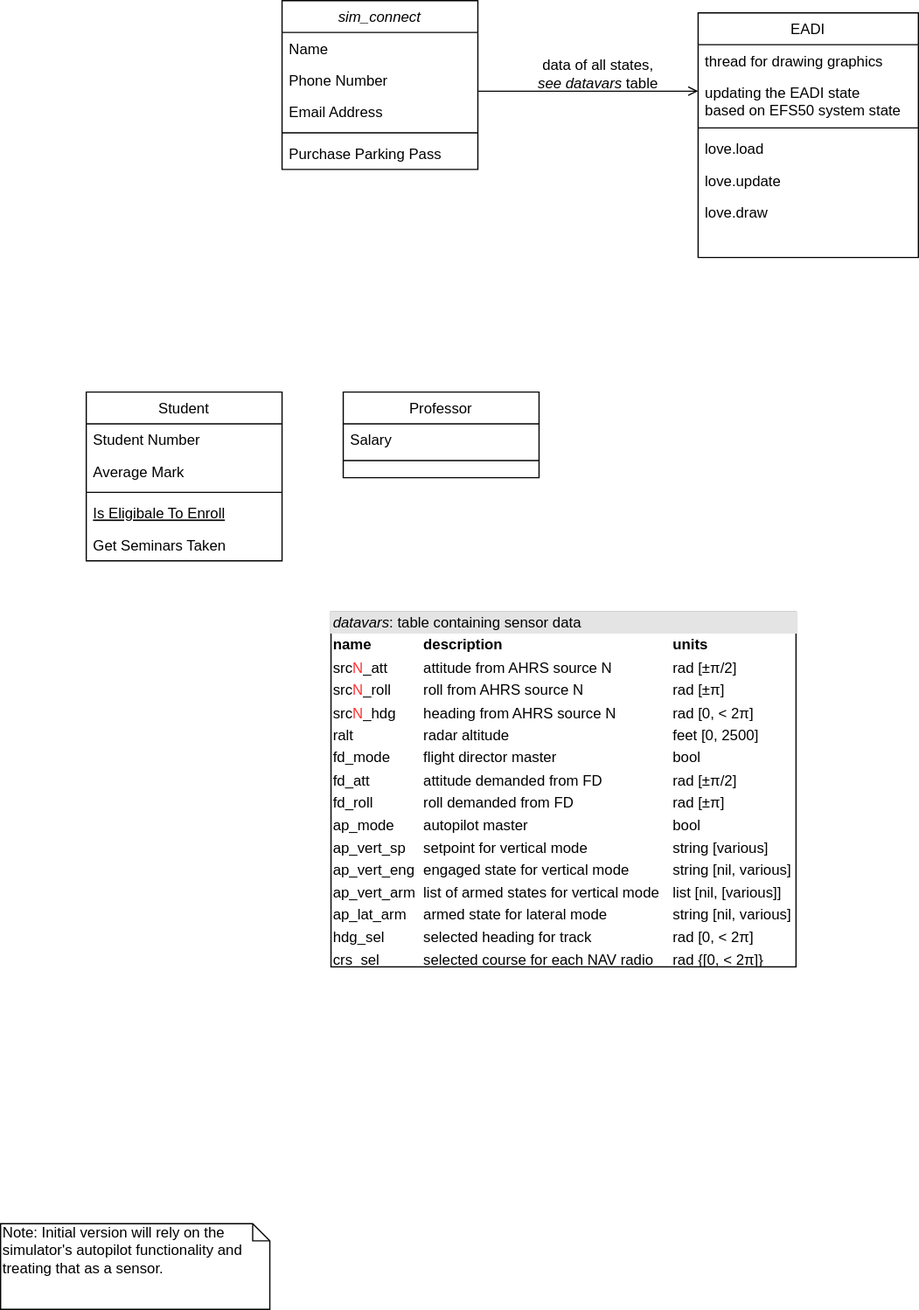
The draw.io diagram res/uml.svg in flightmansam/BK_EFS_50, before a commit. Source tidied: cells renumbered, new cells last; positions are measured from the earlier drawing's top-left corner, leaving out a move shared by most shapes.
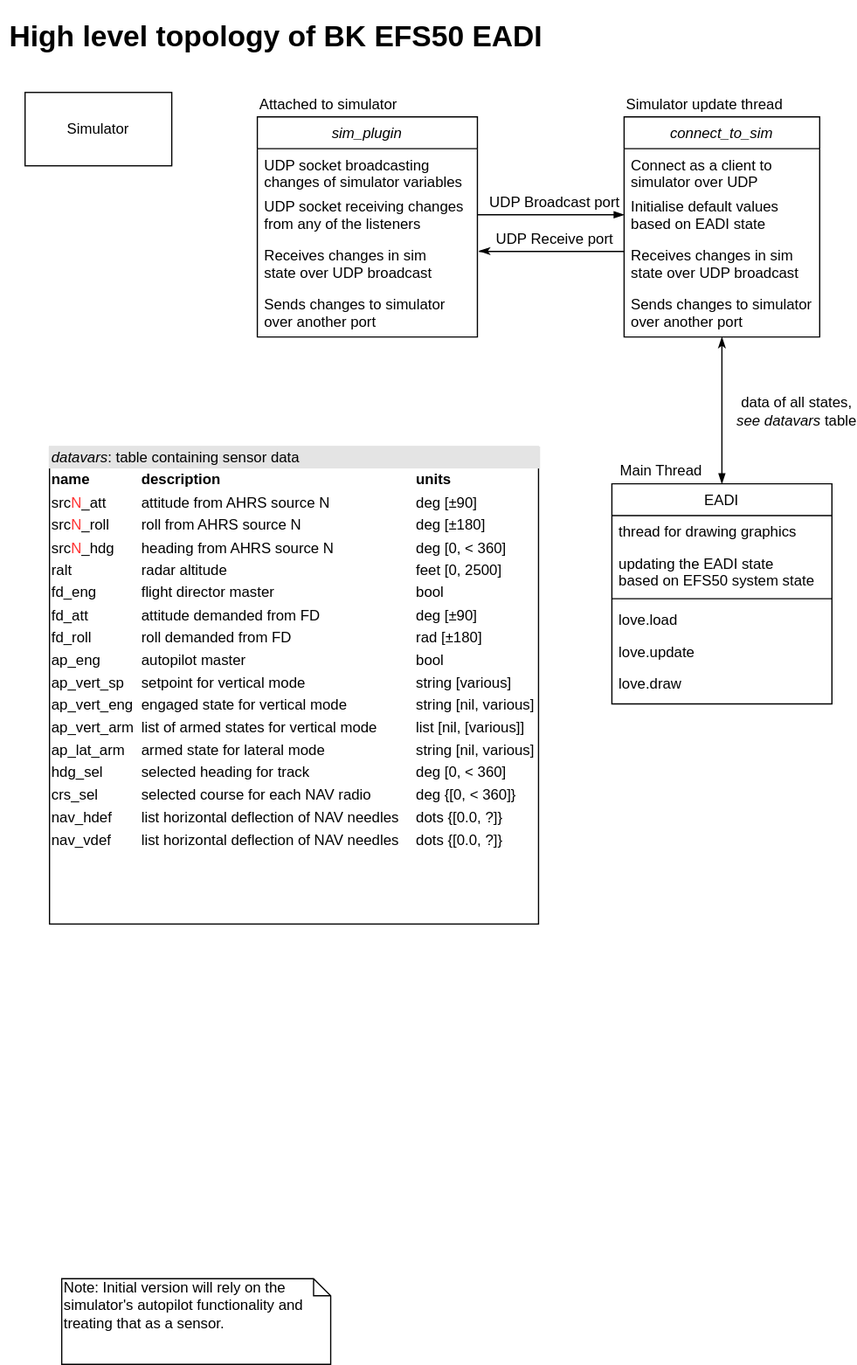
The same file after the commit.

Diff of the diagram source:
```diff
@@ -2,66 +2,57 @@
   <root>
     <mxCell id="0" />
     <mxCell id="1" parent="0" />
-    <mxCell id="2" value="Student" style="swimlane;fontStyle=0;align=center;verticalAlign=top;horizontal=1;startSize=26;rounded=0;shadow=0;strokeWidth=1;" parent="1" vertex="1">
-      <mxGeometry x="70" y="320" width="160" height="138" as="geometry" />
-    </mxCell>
-    <mxCell id="3" value="Student Number" style="text;align=left;verticalAlign=top;spacingLeft=4;spacingRight=4;overflow=hidden;" parent="2" vertex="1">
-      <mxGeometry y="26" width="160" height="26" as="geometry" />
-    </mxCell>
-    <mxCell id="4" value="Average Mark" style="text;align=left;verticalAlign=top;spacingLeft=4;spacingRight=4;overflow=hidden;rounded=0;shadow=0;html=0;" parent="2" vertex="1">
-      <mxGeometry y="52" width="160" height="26" as="geometry" />
-    </mxCell>
-    <mxCell id="5" style="line;html=1;strokeWidth=1;align=left;verticalAlign=middle;spacingTop=-1;spacingLeft=3;spacingRight=3;labelPosition=right;" parent="2" vertex="1">
-      <mxGeometry y="78" width="160" height="8" as="geometry" />
-    </mxCell>
-    <mxCell id="6" value="Is Eligibale To Enroll" style="text;align=left;verticalAlign=top;spacingLeft=4;spacingRight=4;overflow=hidden;fontStyle=4;" parent="2" vertex="1">
-      <mxGeometry y="86" width="160" height="26" as="geometry" />
-    </mxCell>
-    <mxCell id="7" value="Get Seminars Taken" style="text;align=left;verticalAlign=top;spacingLeft=4;spacingRight=4;overflow=hidden;" parent="2" vertex="1">
-      <mxGeometry y="112" width="160" height="26" as="geometry" />
-    </mxCell>
-    <mxCell id="8" value="Professor" style="swimlane;fontStyle=0;align=center;verticalAlign=top;horizontal=1;startSize=26;rounded=0;shadow=0;strokeWidth=1;" parent="1" vertex="1">
-      <mxGeometry x="280" y="320" width="160" height="70" as="geometry" />
-    </mxCell>
-    <mxCell id="9" value="Salary" style="text;align=left;verticalAlign=top;spacingLeft=4;spacingRight=4;overflow=hidden;" parent="8" vertex="1">
-      <mxGeometry y="26" width="160" height="26" as="geometry" />
-    </mxCell>
-    <mxCell id="10" style="line;html=1;strokeWidth=1;align=left;verticalAlign=middle;spacingTop=-1;spacingLeft=3;spacingRight=3;labelPosition=right;" parent="8" vertex="1">
-      <mxGeometry y="52" width="160" height="8" as="geometry" />
-    </mxCell>
-    <mxCell id="11" style="endArrow=open;shadow=0;strokeWidth=1;rounded=0;endFill=1;edgeStyle=elbowEdgeStyle;elbow=vertical;" parent="1" edge="1" source="14" target="20">
+    <mxCell id="11" style="endArrow=blockThin;shadow=0;strokeWidth=1;rounded=0;endFill=1;edgeStyle=elbowEdgeStyle;elbow=vertical;startArrow=classicThin;startFill=1;" parent="1" edge="1" source="14" target="20">
       <mxGeometry x="0.5" y="41" relative="1" as="geometry">
         <mxPoint x="-40" y="32" as="offset" />
       </mxGeometry>
     </mxCell>
     <mxCell id="12" value="data of all states,&lt;br&gt;&lt;i&gt;see&amp;nbsp;&lt;/i&gt;&lt;i style=&quot;text-align: left&quot;&gt;datavars&lt;/i&gt;&lt;i&gt;&amp;nbsp;&lt;/i&gt;table" style="text;html=1;align=center;verticalAlign=middle;labelBackgroundColor=none;rounded=0;shadow=0;strokeWidth=1;fontSize=12;" parent="11" vertex="1">
       <mxGeometry x="0.5" y="49" relative="1" as="geometry">
-        <mxPoint x="-38" y="34" as="offset" />
+        <mxPoint x="11" y="-30" as="offset" />
       </mxGeometry>
     </mxCell>
-    <mxCell id="13" value="&lt;div style=&quot;box-sizing: border-box ; width: 100% ; background: #e4e4e4 ; padding: 2px&quot;&gt;&lt;i&gt;datavars&lt;/i&gt;: table containing sensor data&lt;br&gt;&lt;/div&gt;&lt;table style=&quot;width: 100% ; font-size: 1em&quot; cellpadding=&quot;2&quot; cellspacing=&quot;0&quot;&gt;&lt;tbody&gt;&lt;tr&gt;&lt;td&gt;&lt;b&gt;name&lt;/b&gt;&lt;/td&gt;&lt;td&gt;&lt;b&gt;description&lt;/b&gt;&lt;/td&gt;&lt;td&gt;&lt;b&gt;units&lt;/b&gt;&lt;/td&gt;&lt;/tr&gt;&lt;tr&gt;&lt;td&gt;src&lt;font color=&quot;#ff3333&quot;&gt;N&lt;/font&gt;_att&lt;/td&gt;&lt;td&gt;attitude from AHRS&amp;nbsp;source N&lt;br&gt;&lt;/td&gt;&lt;td&gt;rad [±π/2]&lt;/td&gt;&lt;/tr&gt;&lt;tr&gt;&lt;td&gt;src&lt;font color=&quot;#ff3333&quot;&gt;N&lt;/font&gt;_roll&lt;br&gt;&lt;/td&gt;&lt;td&gt;roll from AHRS&amp;nbsp;source N&lt;br&gt;&lt;/td&gt;&lt;td&gt;rad [±π]&lt;br&gt;&lt;/td&gt;&lt;/tr&gt;&lt;tr&gt;&lt;td&gt;src&lt;span style=&quot;color: rgb(255 , 51 , 51)&quot;&gt;N&lt;/span&gt;_hdg&lt;/td&gt;&lt;td&gt;heading from AHRS&amp;nbsp;source N&lt;/td&gt;&lt;td&gt;rad [0, &amp;lt; 2π]&lt;/td&gt;&lt;/tr&gt;&lt;tr&gt;&lt;td&gt;ralt&lt;/td&gt;&lt;td&gt;radar altitude&lt;/td&gt;&lt;td&gt;feet [0, 2500]&lt;/td&gt;&lt;/tr&gt;&lt;tr&gt;&lt;td&gt;fd_mode&lt;br&gt;&lt;/td&gt;&lt;td&gt;flight director master&lt;/td&gt;&lt;td&gt;bool&lt;/td&gt;&lt;/tr&gt;&lt;tr&gt;&lt;td&gt;fd_att&lt;/td&gt;&lt;td&gt;attitude demanded from FD&lt;br&gt;&lt;/td&gt;&lt;td&gt;rad [±π/2]&lt;br&gt;&lt;/td&gt;&lt;/tr&gt;&lt;tr&gt;&lt;td&gt;fd_roll&lt;/td&gt;&lt;td&gt;roll demanded from FD&lt;br&gt;&lt;/td&gt;&lt;td&gt;rad [±π]&lt;br&gt;&lt;/td&gt;&lt;/tr&gt;&lt;tr&gt;&lt;td&gt;ap_mode&lt;/td&gt;&lt;td&gt;autopilot master&lt;/td&gt;&lt;td&gt;bool&amp;nbsp;&lt;/td&gt;&lt;/tr&gt;&lt;tr&gt;&lt;td&gt;ap_vert_sp&lt;/td&gt;&lt;td&gt;setpoint for vertical mode&lt;/td&gt;&lt;td&gt;string [various]&lt;/td&gt;&lt;/tr&gt;&lt;tr&gt;&lt;td&gt;ap_vert_eng&lt;/td&gt;&lt;td&gt;engaged state for vertical mode&lt;/td&gt;&lt;td&gt;string [nil, various]&lt;br&gt;&lt;/td&gt;&lt;/tr&gt;&lt;tr&gt;&lt;td&gt;ap_vert_arm&lt;/td&gt;&lt;td&gt;list of armed states for vertical mode&lt;br&gt;&lt;/td&gt;&lt;td&gt;list [nil, [various]]&lt;/td&gt;&lt;/tr&gt;&lt;tr&gt;&lt;td&gt;ap_lat_arm&lt;/td&gt;&lt;td&gt;armed state for lateral mode&lt;br&gt;&lt;/td&gt;&lt;td&gt;string [nil, various]&lt;br&gt;&lt;/td&gt;&lt;/tr&gt;&lt;tr&gt;&lt;td&gt;hdg_sel&lt;/td&gt;&lt;td&gt;selected heading for track&lt;/td&gt;&lt;td&gt;rad [0, &amp;lt; 2π]&lt;br&gt;&lt;/td&gt;&lt;/tr&gt;&lt;tr&gt;&lt;td&gt;crs_sel&lt;/td&gt;&lt;td&gt;selected course for each NAV radio&lt;/td&gt;&lt;td&gt;rad {[0, &amp;lt; 2π]}&lt;br&gt;&lt;/td&gt;&lt;/tr&gt;&lt;tr&gt;&lt;td&gt;&lt;br&gt;&lt;/td&gt;&lt;td&gt;&lt;br&gt;&lt;/td&gt;&lt;td&gt;&lt;br&gt;&lt;/td&gt;&lt;/tr&gt;&lt;tr&gt;&lt;td&gt;&lt;br&gt;&lt;/td&gt;&lt;td&gt;&lt;br&gt;&lt;/td&gt;&lt;td&gt;&lt;br&gt;&lt;/td&gt;&lt;/tr&gt;&lt;/tbody&gt;&lt;/table&gt;" style="verticalAlign=top;align=left;overflow=fill;html=1;" parent="1" vertex="1">
-      <mxGeometry x="270" y="500" width="380" height="290" as="geometry" />
+    <mxCell id="13" value="&lt;div style=&quot;box-sizing: border-box ; width: 100% ; background: #e4e4e4 ; padding: 2px&quot;&gt;&lt;i&gt;datavars&lt;/i&gt;: table containing sensor data&lt;br&gt;&lt;/div&gt;&lt;table style=&quot;width: 100% ; font-size: 1em&quot; cellpadding=&quot;2&quot; cellspacing=&quot;0&quot;&gt;&lt;tbody&gt;&lt;tr&gt;&lt;td&gt;&lt;b&gt;name&lt;/b&gt;&lt;/td&gt;&lt;td&gt;&lt;b&gt;description&lt;/b&gt;&lt;/td&gt;&lt;td&gt;&lt;b&gt;units&lt;/b&gt;&lt;/td&gt;&lt;/tr&gt;&lt;tr&gt;&lt;td&gt;src&lt;font color=&quot;#ff3333&quot;&gt;N&lt;/font&gt;_att&lt;/td&gt;&lt;td&gt;attitude from AHRS&amp;nbsp;source N&lt;br&gt;&lt;/td&gt;&lt;td&gt;deg [±90]&lt;/td&gt;&lt;/tr&gt;&lt;tr&gt;&lt;td&gt;src&lt;font color=&quot;#ff3333&quot;&gt;N&lt;/font&gt;_roll&lt;br&gt;&lt;/td&gt;&lt;td&gt;roll from AHRS&amp;nbsp;source N&lt;br&gt;&lt;/td&gt;&lt;td&gt;deg [±180]&lt;br&gt;&lt;/td&gt;&lt;/tr&gt;&lt;tr&gt;&lt;td&gt;src&lt;span style=&quot;color: rgb(255 , 51 , 51)&quot;&gt;N&lt;/span&gt;_hdg&lt;/td&gt;&lt;td&gt;heading from AHRS&amp;nbsp;source N&lt;/td&gt;&lt;td&gt;deg [0, &amp;lt; 360]&lt;/td&gt;&lt;/tr&gt;&lt;tr&gt;&lt;td&gt;ralt&lt;/td&gt;&lt;td&gt;radar altitude&lt;/td&gt;&lt;td&gt;feet [0, 2500]&lt;/td&gt;&lt;/tr&gt;&lt;tr&gt;&lt;td&gt;fd_eng&lt;br&gt;&lt;/td&gt;&lt;td&gt;flight director master&lt;/td&gt;&lt;td&gt;bool&lt;/td&gt;&lt;/tr&gt;&lt;tr&gt;&lt;td&gt;fd_att&lt;/td&gt;&lt;td&gt;attitude demanded from FD&lt;br&gt;&lt;/td&gt;&lt;td&gt;deg [±90]&lt;br&gt;&lt;/td&gt;&lt;/tr&gt;&lt;tr&gt;&lt;td&gt;fd_roll&lt;/td&gt;&lt;td&gt;roll demanded from FD&lt;br&gt;&lt;/td&gt;&lt;td&gt;rad [±180]&lt;br&gt;&lt;/td&gt;&lt;/tr&gt;&lt;tr&gt;&lt;td&gt;ap_eng&lt;/td&gt;&lt;td&gt;autopilot master&lt;/td&gt;&lt;td&gt;bool&amp;nbsp;&lt;/td&gt;&lt;/tr&gt;&lt;tr&gt;&lt;td&gt;ap_vert_sp&lt;/td&gt;&lt;td&gt;setpoint for vertical mode&lt;/td&gt;&lt;td&gt;string [various]&lt;/td&gt;&lt;/tr&gt;&lt;tr&gt;&lt;td&gt;ap_vert_eng&lt;/td&gt;&lt;td&gt;engaged state for vertical mode&lt;/td&gt;&lt;td&gt;string [nil, various]&lt;br&gt;&lt;/td&gt;&lt;/tr&gt;&lt;tr&gt;&lt;td&gt;ap_vert_arm&lt;/td&gt;&lt;td&gt;list of armed states for vertical mode&lt;br&gt;&lt;/td&gt;&lt;td&gt;list [nil, [various]]&lt;/td&gt;&lt;/tr&gt;&lt;tr&gt;&lt;td&gt;ap_lat_arm&lt;/td&gt;&lt;td&gt;armed state for lateral mode&lt;br&gt;&lt;/td&gt;&lt;td&gt;string [nil, various]&lt;br&gt;&lt;/td&gt;&lt;/tr&gt;&lt;tr&gt;&lt;td&gt;hdg_sel&lt;/td&gt;&lt;td&gt;selected heading for track&lt;/td&gt;&lt;td&gt;deg [0, &amp;lt; 360]&lt;br&gt;&lt;/td&gt;&lt;/tr&gt;&lt;tr&gt;&lt;td&gt;crs_sel&lt;/td&gt;&lt;td&gt;selected course for each NAV radio&lt;/td&gt;&lt;td&gt;deg {[0, &amp;lt; 360]}&lt;br&gt;&lt;/td&gt;&lt;/tr&gt;&lt;tr&gt;&lt;td&gt;nav_hdef&lt;/td&gt;&lt;td&gt;list horizontal deflection of NAV needles&amp;nbsp;&lt;/td&gt;&lt;td&gt;dots {[0.0, ?]}&lt;/td&gt;&lt;/tr&gt;&lt;tr&gt;&lt;td&gt;nav_vdef&lt;/td&gt;&lt;td&gt;list horizontal deflection of NAV needles&lt;br&gt;&lt;/td&gt;&lt;td&gt;dots {[0.0, ?]}&lt;br&gt;&lt;/td&gt;&lt;/tr&gt;&lt;tr&gt;&lt;td&gt;&lt;br&gt;&lt;/td&gt;&lt;td&gt;&lt;br&gt;&lt;/td&gt;&lt;td&gt;&lt;br&gt;&lt;/td&gt;&lt;/tr&gt;&lt;tr&gt;&lt;td&gt;&lt;br&gt;&lt;/td&gt;&lt;td&gt;&lt;br&gt;&lt;/td&gt;&lt;td&gt;&lt;br&gt;&lt;/td&gt;&lt;/tr&gt;&lt;/tbody&gt;&lt;/table&gt;" style="verticalAlign=top;align=left;overflow=fill;html=1;" parent="1" vertex="1">
+      <mxGeometry x="-10" y="320" width="400" height="390" as="geometry" />
     </mxCell>
-    <mxCell id="14" value="sim_connect" style="swimlane;fontStyle=2;align=center;verticalAlign=top;horizontal=1;startSize=26;rounded=0;shadow=0;strokeWidth=1;" parent="1" vertex="1">
-      <mxGeometry x="230" width="160" height="138" as="geometry" />
-    </mxCell>
-    <mxCell id="15" value="Name" style="text;align=left;verticalAlign=top;spacingLeft=4;spacingRight=4;overflow=hidden;" parent="14" vertex="1">
-      <mxGeometry y="26" width="160" height="26" as="geometry" />
-    </mxCell>
-    <mxCell id="16" value="Phone Number" style="text;align=left;verticalAlign=top;spacingLeft=4;spacingRight=4;overflow=hidden;rounded=0;shadow=0;html=0;" parent="14" vertex="1">
-      <mxGeometry y="52" width="160" height="26" as="geometry" />
-    </mxCell>
-    <mxCell id="17" value="Email Address" style="text;align=left;verticalAlign=top;spacingLeft=4;spacingRight=4;overflow=hidden;rounded=0;shadow=0;html=0;" parent="14" vertex="1">
-      <mxGeometry y="78" width="160" height="26" as="geometry" />
-    </mxCell>
-    <mxCell id="18" style="line;html=1;strokeWidth=1;align=left;verticalAlign=middle;spacingTop=-1;spacingLeft=3;spacingRight=3;labelPosition=right;" parent="14" vertex="1">
-      <mxGeometry y="104" width="160" height="8" as="geometry" />
-    </mxCell>
-    <mxCell id="19" value="Purchase Parking Pass" style="text;align=left;verticalAlign=top;spacingLeft=4;spacingRight=4;overflow=hidden;" parent="14" vertex="1">
-      <mxGeometry y="112" width="160" height="26" as="geometry" />
-    </mxCell>
+    <mxCell id="27" value="Note: Initial version will rely on the simulator's autopilot functionality and treating that as a sensor." style="shape=note;whiteSpace=wrap;html=1;size=14;verticalAlign=top;align=left;spacingTop=-6;" parent="1" vertex="1">
+      <mxGeometry y="1000" width="220" height="70" as="geometry" />
+    </mxCell>
+    <mxCell id="28" value="&lt;h1&gt;High level topology of BK EFS50 EADI&lt;/h1&gt;" style="text;html=1;align=center;verticalAlign=middle;" parent="1" vertex="1">
+      <mxGeometry x="-50" y="-40" width="450" height="50" as="geometry" />
+    </mxCell>
+    <mxCell id="29" value="Simulator" style="rounded=0;whiteSpace=wrap;html=1;" parent="1" vertex="1">
+      <mxGeometry x="-30" y="30" width="120" height="60" as="geometry" />
+    </mxCell>
+    <mxCell id="30" style="endArrow=blockThin;shadow=0;strokeWidth=1;rounded=0;endFill=1;edgeStyle=elbowEdgeStyle;elbow=vertical;startArrow=none;startFill=0;entryX=0;entryY=0.5;entryDx=0;entryDy=0;exitX=1;exitY=0.5;exitDx=0;exitDy=0;" parent="1" edge="1" source="45" target="38">
+      <mxGeometry x="0.5" y="41" relative="1" as="geometry">
+        <mxPoint x="-40" y="32" as="offset" />
+      </mxGeometry>
+    </mxCell>
+    <mxCell id="31" value="UDP Broadcast port" style="text;html=1;align=center;verticalAlign=middle;labelBackgroundColor=none;rounded=0;shadow=0;strokeWidth=1;fontSize=12;" parent="30" vertex="1">
+      <mxGeometry x="0.5" y="49" relative="1" as="geometry">
+        <mxPoint x="-28" y="38" as="offset" />
+      </mxGeometry>
+    </mxCell>
+    <mxCell id="32" style="endArrow=none;shadow=0;strokeWidth=1;rounded=0;endFill=0;edgeStyle=elbowEdgeStyle;elbow=vertical;startArrow=classicThin;startFill=1;entryX=0;entryY=0.5;entryDx=0;entryDy=0;exitX=1.008;exitY=0.242;exitDx=0;exitDy=0;exitPerimeter=0;" parent="1" edge="1" source="46">
+      <mxGeometry x="0.5" y="41" relative="1" as="geometry">
+        <mxPoint x="460" y="160.1" as="targetPoint" />
+        <mxPoint x="-40" y="32" as="offset" />
+      </mxGeometry>
+    </mxCell>
+    <mxCell id="33" value="UDP Receive port" style="text;html=1;align=center;verticalAlign=middle;labelBackgroundColor=none;rounded=0;shadow=0;strokeWidth=1;fontSize=12;" parent="32" vertex="1">
+      <mxGeometry x="0.5" y="49" relative="1" as="geometry">
+        <mxPoint x="-28" y="38" as="offset" />
+      </mxGeometry>
+    </mxCell>
+    <mxCell id="34" style="group;align=left;" parent="1" vertex="1">
+      <mxGeometry x="450" y="330" width="180" height="200" as="geometry" />
+    </mxCell>
+    <mxCell id="35" value="Main Thread" style="text;html=1;align=center;verticalAlign=middle;" parent="34" vertex="1">
+      <mxGeometry width="80" height="20" as="geometry" />
+    </mxCell>
-    <mxCell id="20" value="EADI" style="swimlane;fontStyle=0;align=center;verticalAlign=top;horizontal=1;startSize=26;rounded=0;shadow=0;strokeWidth=1;" parent="1" vertex="1">
-      <mxGeometry x="570" y="10" width="180" height="200" as="geometry" />
+    <mxCell id="20" value="EADI" style="swimlane;fontStyle=0;align=center;verticalAlign=top;horizontal=1;startSize=26;rounded=0;shadow=0;strokeWidth=1;" parent="34" vertex="1">
+      <mxGeometry y="20" width="180" height="180" as="geometry" />
     </mxCell>
     <mxCell id="21" value="thread for drawing graphics" style="text;align=left;verticalAlign=top;spacingLeft=4;spacingRight=4;overflow=hidden;" parent="20" vertex="1">
       <mxGeometry y="26" width="180" height="26" as="geometry" />
@@ -81,8 +72,47 @@
     <mxCell id="26" value="love.draw " style="text;align=left;verticalAlign=top;spacingLeft=4;spacingRight=4;overflow=hidden;" parent="20" vertex="1">
       <mxGeometry y="150" width="180" height="26" as="geometry" />
     </mxCell>
-    <mxCell id="27" value="Note: Initial version will rely on the simulator's autopilot functionality and treating that as a sensor." style="shape=note;whiteSpace=wrap;html=1;size=14;verticalAlign=top;align=left;spacingTop=-6;" parent="1" vertex="1">
-      <mxGeometry y="1000" width="220" height="70" as="geometry" />
-    </mxCell>
+    <mxCell id="36" style="group;" parent="1" vertex="1">
+      <mxGeometry x="460" y="30" width="160" height="200" as="geometry" />
+    </mxCell>
+    <mxCell id="37" value="Simulator update thread" style="text;html=1;align=left;verticalAlign=middle;" parent="36" vertex="1">
+      <mxGeometry width="140" height="20" as="geometry" />
+    </mxCell>
+    <mxCell id="14" value="connect_to_sim" style="swimlane;fontStyle=2;align=center;verticalAlign=top;horizontal=1;startSize=26;rounded=0;shadow=0;strokeWidth=1;" parent="36" vertex="1">
+      <mxGeometry y="20" width="160" height="180" as="geometry" />
+    </mxCell>
+    <mxCell id="16" value="Connect as a client to&#10;simulator over UDP" style="text;align=left;verticalAlign=top;spacingLeft=4;spacingRight=4;overflow=hidden;rounded=0;shadow=0;html=0;" parent="14" vertex="1">
+      <mxGeometry y="26" width="160" height="34" as="geometry" />
+    </mxCell>
+    <mxCell id="38" value="Initialise default values &#10;based on EADI state" style="text;align=left;verticalAlign=top;spacingLeft=4;spacingRight=4;overflow=hidden;points=[[0,0.5],[1,0.5]];portConstraint=eastwest;rounded=0;shadow=0;html=0;" parent="14" vertex="1">
+      <mxGeometry y="60" width="160" height="40" as="geometry" />
+    </mxCell>
+    <mxCell id="39" value="Receives changes in sim &#10;state over UDP broadcast" style="text;align=left;verticalAlign=top;spacingLeft=4;spacingRight=4;overflow=hidden;rounded=0;shadow=0;html=0;" parent="14" vertex="1">
+      <mxGeometry y="100" width="160" height="40" as="geometry" />
+    </mxCell>
+    <mxCell id="40" value="Sends changes to simulator &#10;over another port" style="text;align=left;verticalAlign=top;spacingLeft=4;spacingRight=4;overflow=hidden;rounded=0;shadow=0;html=0;" parent="14" vertex="1">
+      <mxGeometry y="140" width="160" height="30" as="geometry" />
+    </mxCell>
+    <mxCell id="41" style="group;" parent="1" vertex="1">
+      <mxGeometry x="160" y="30" width="180" height="200" as="geometry" />
+    </mxCell>
+    <mxCell id="42" value="Attached to simulator" style="text;html=1;align=left;verticalAlign=middle;" parent="41" vertex="1">
+      <mxGeometry width="130" height="20" as="geometry" />
+    </mxCell>
+    <mxCell id="43" value="sim_plugin" style="swimlane;fontStyle=2;align=center;verticalAlign=top;horizontal=1;startSize=26;rounded=0;shadow=0;strokeWidth=1;" parent="41" vertex="1">
+      <mxGeometry y="20" width="180" height="180" as="geometry" />
+    </mxCell>
+    <mxCell id="44" value="UDP socket broadcasting&#10;changes of simulator variables" style="text;align=left;verticalAlign=top;spacingLeft=4;spacingRight=4;overflow=hidden;rounded=0;shadow=0;html=0;" parent="43" vertex="1">
+      <mxGeometry y="26" width="180" height="34" as="geometry" />
+    </mxCell>
+    <mxCell id="45" value="UDP socket receiving changes&#10;from any of the listeners " style="text;align=left;verticalAlign=top;spacingLeft=4;spacingRight=4;overflow=hidden;points=[[0,0.5],[1,0.5]];portConstraint=eastwest;rounded=0;shadow=0;html=0;" parent="43" vertex="1">
+      <mxGeometry y="60" width="180" height="40" as="geometry" />
+    </mxCell>
+    <mxCell id="46" value="Receives changes in sim &#10;state over UDP broadcast" style="text;align=left;verticalAlign=top;spacingLeft=4;spacingRight=4;overflow=hidden;points=[[0,0.5],[1,0.5]];portConstraint=eastwest;rounded=0;shadow=0;html=0;" parent="43" vertex="1">
+      <mxGeometry y="100" width="180" height="40" as="geometry" />
+    </mxCell>
+    <mxCell id="47" value="Sends changes to simulator &#10;over another port" style="text;align=left;verticalAlign=top;spacingLeft=4;spacingRight=4;overflow=hidden;rounded=0;shadow=0;html=0;" parent="43" vertex="1">
+      <mxGeometry y="140" width="180" height="30" as="geometry" />
+    </mxCell>
   </root>
 </mxGraphModel>
```
